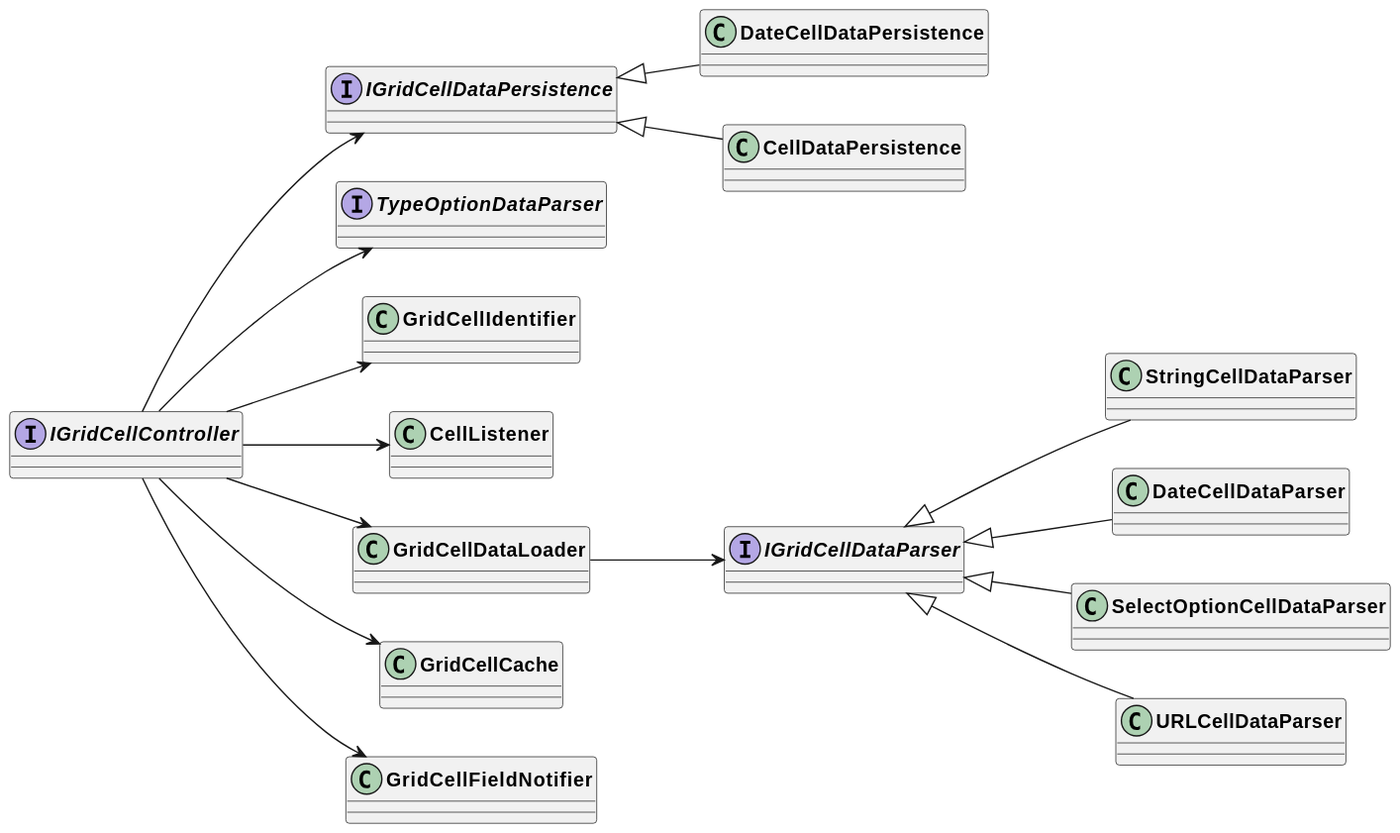
The PlantUML diagram uml/output/Grid_Cell_Controller.svg in AppFlowy-IO/AppFlowy-Docs, before a commit.
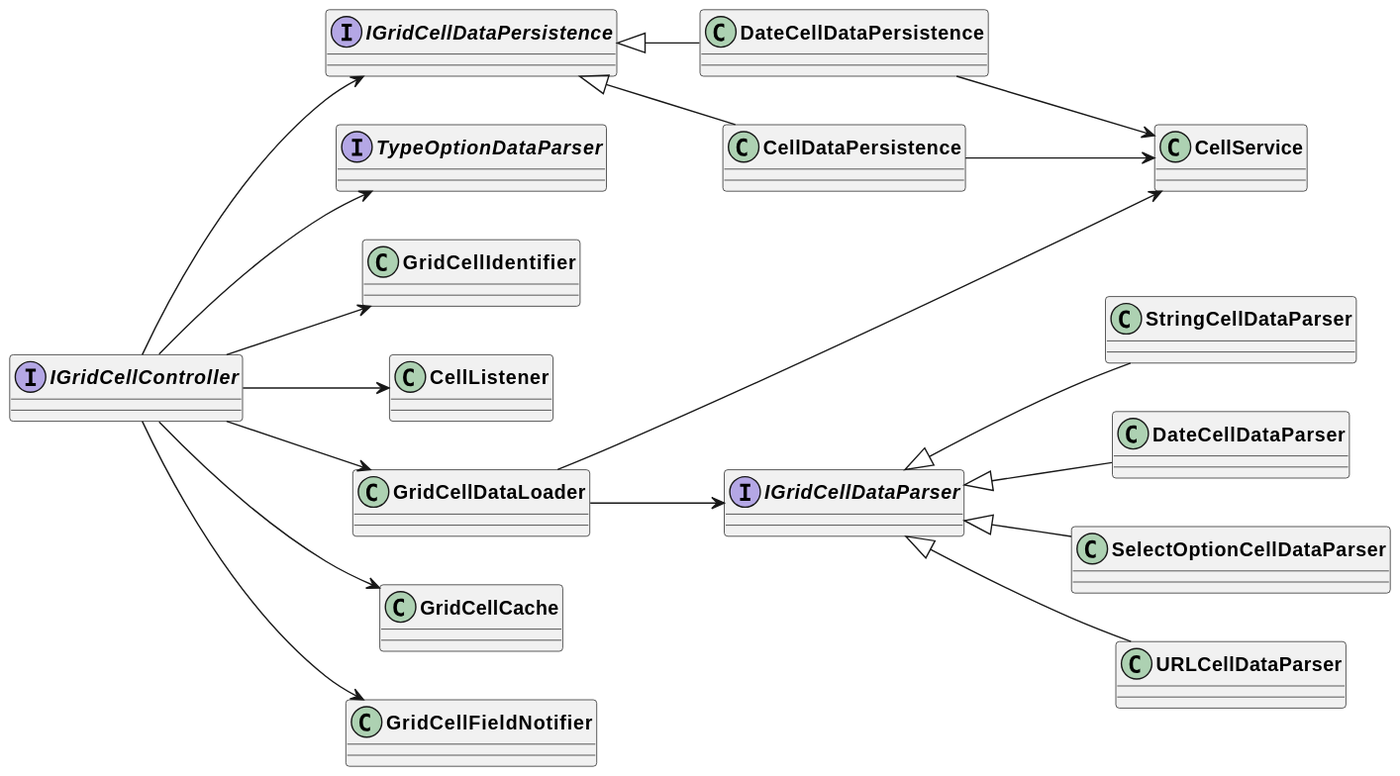
After the change.

The edit, as a diff of the source:
```diff
@@ -15,6 +15,7 @@
 
 IGridCellController --> GridCellDataLoader
 GridCellDataLoader --> IGridCellDataParser
+GridCellDataLoader --> CellService
 
 StringCellDataParser -u-|> IGridCellDataParser
 DateCellDataParser -u-|> IGridCellDataParser
@@ -28,6 +29,8 @@
 DateCellDataPersistence -u-|> IGridCellDataPersistence
 CellDataPersistence -u-|> IGridCellDataPersistence
 
+DateCellDataPersistence --> CellService
+CellDataPersistence --> CellService
 
 IGridCellController --> GridCellFieldNotifier
 
```
